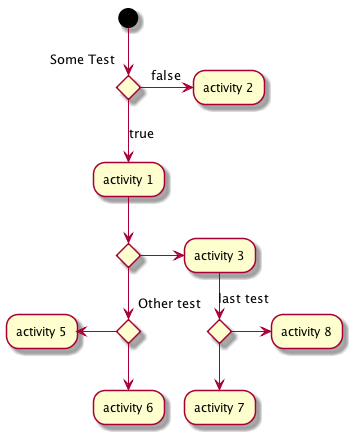
This is blue-green-doc/branches.png from lindison/uml-things, a PlantUML export, as it was before one commit. Its diagram source:
```plantuml
@startuml

(*) --> if "Some Test" then

  -->[true] "activity 1"

  if "" then
    -> "activity 3" as a3
  else
    if "Other test" then
      -left-> "activity 5"
    else
      --> "activity 6"
    endif
  endif

else

  ->[false] "activity 2"

endif

a3 --> if "last test" then
  --> "activity 7"
else
  -> "activity 8"
endif

@enduml
```
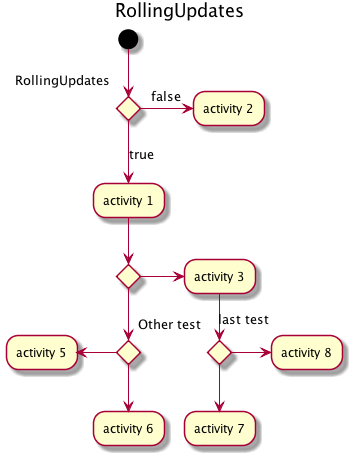
After the commit.

The edit, as a diff of the source:
```diff
@@ -1,6 +1,7 @@
 @startuml
+Title RollingUpdates
 
-(*) --> if "Some Test" then
+(*) --> if "RollingUpdates" then
 
   -->[true] "activity 1"
 
```
